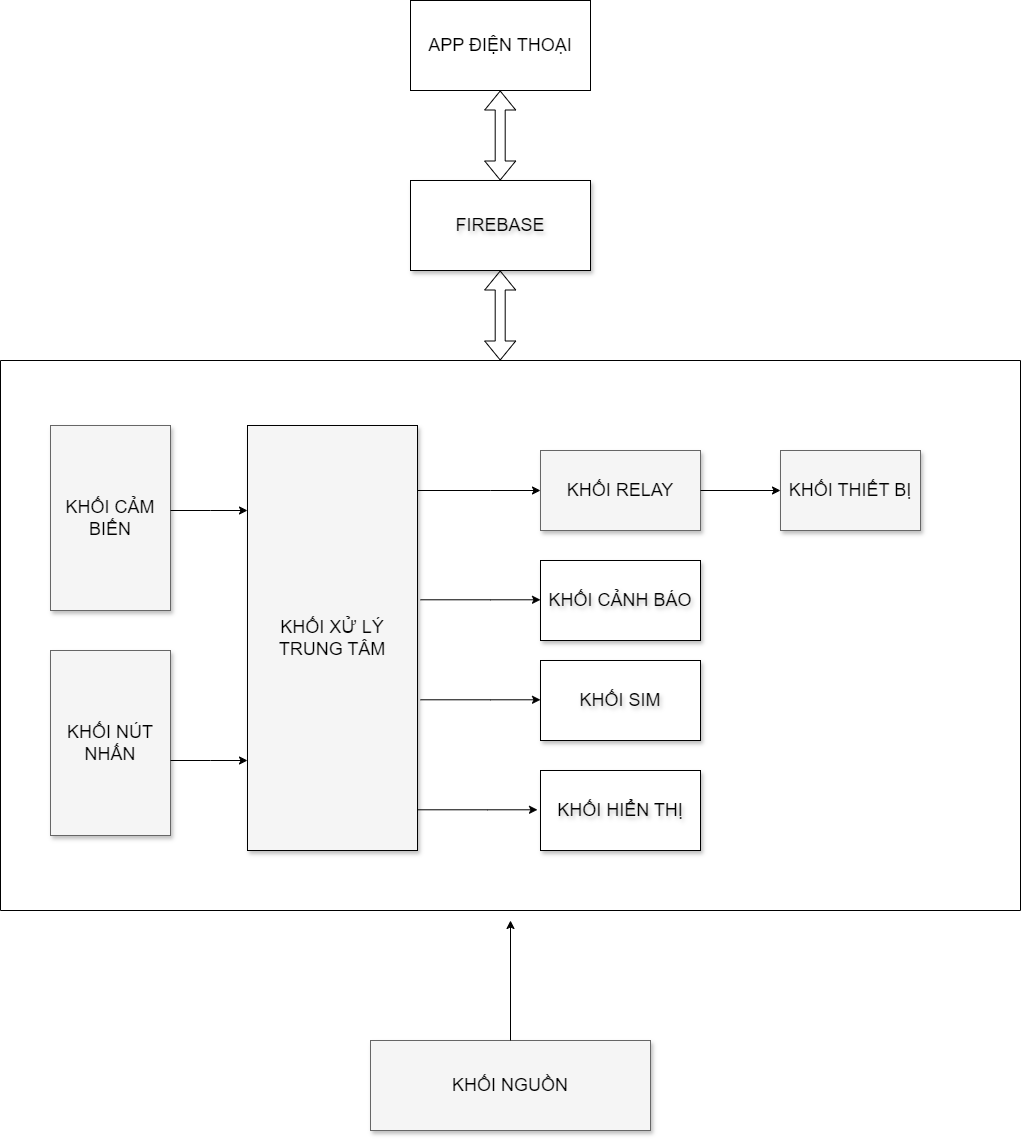
The draw.io diagram block_diagram/Block_Diagram.drawio.png in imvietp/Final_Thesis, before a commit. Source tidied: cells renumbered, new cells last; positions are measured from the earlier drawing's top-left corner, leaving out a move shared by most shapes.
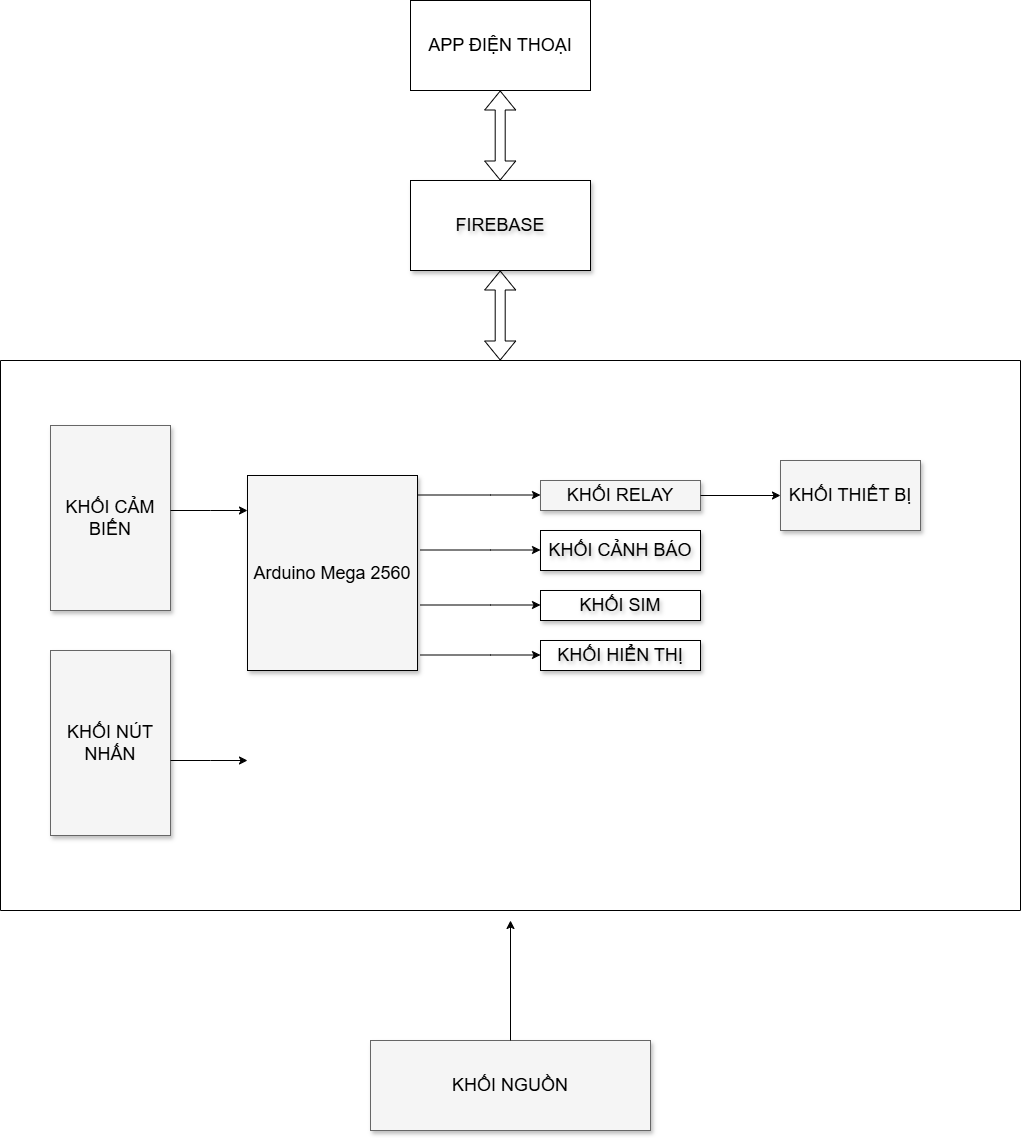
After the change.

Diff of the diagram source:
```diff
@@ -15,36 +15,38 @@
       <mxGeometry y="360" width="1020" height="550" as="geometry" />
     </mxCell>
     <mxCell id="6" value="KHỐI RELAY" style="whiteSpace=wrap;html=1;shadow=1;fontSize=18;fillColor=#f5f5f5;strokeColor=#666666;" parent="5" vertex="1">
-      <mxGeometry x="540" y="90" width="160" height="80" as="geometry" />
+      <mxGeometry x="540" y="120" width="160" height="30" as="geometry" />
     </mxCell>
     <mxCell id="7" value="KHỐI THIẾT BỊ" style="whiteSpace=wrap;html=1;shadow=1;fontSize=18;fillColor=#f5f5f5;strokeColor=#666666;" parent="5" vertex="1">
-      <mxGeometry x="780" y="90" width="140" height="80" as="geometry" />
+      <mxGeometry x="780" y="100" width="140" height="70" as="geometry" />
     </mxCell>
     <mxCell id="8" style="endArrow=classic;html=1;rounded=0;exitX=1;exitY=0.5;exitDx=0;exitDy=0;entryX=0;entryY=0.5;entryDx=0;entryDy=0;" parent="5" edge="1" source="6" target="7">
       <mxGeometry relative="1" as="geometry" />
     </mxCell>
     <mxCell id="9" value="&lt;font style=&quot;font-size: 18px;&quot;&gt;KHỐI CẢNH BÁO&lt;/font&gt;" style="rounded=0;whiteSpace=wrap;html=1;shadow=1;textShadow=1;strokeColor=default;" parent="5" vertex="1">
-      <mxGeometry x="540" y="200" width="160" height="80" as="geometry" />
+      <mxGeometry x="540" y="170" width="160" height="40" as="geometry" />
     </mxCell>
     <mxCell id="10" value="&lt;span style=&quot;font-size: 18px;&quot;&gt;KHỐI SIM&lt;/span&gt;" style="rounded=0;whiteSpace=wrap;html=1;shadow=1;textShadow=1;" parent="5" vertex="1">
-      <mxGeometry x="540" y="300" width="160" height="80" as="geometry" />
+      <mxGeometry x="540" y="230" width="160" height="30" as="geometry" />
     </mxCell>
     <mxCell id="11" style="edgeStyle=elbowEdgeStyle;rounded=0;html=1;startArrow=none;startFill=0;jettySize=auto;orthogonalLoop=1;fontSize=18;elbow=vertical;" parent="5" edge="1">
       <mxGeometry relative="1" as="geometry">
-        <mxPoint x="420" y="339.3" as="sourcePoint" />
-        <mxPoint x="540" y="339.3" as="targetPoint" />
+        <mxPoint x="420" y="244.5" as="sourcePoint" />
+        <mxPoint x="540" y="244.5" as="targetPoint" />
         <Array as="points">
-          <mxPoint x="490" y="339.3" />
+          <mxPoint x="490" y="244.5" />
         </Array>
       </mxGeometry>
     </mxCell>
-    <mxCell id="12" value="KHỐI XỬ LÝ TRUNG TÂM" style="whiteSpace=wrap;html=1;shadow=1;fontSize=18;fillColor=#f5f5f5;strokeColor=default;" parent="5" vertex="1">
-      <mxGeometry x="247" y="65" width="170" height="425" as="geometry" />
+    <mxCell id="12" value="Arduino Mega 2560" style="whiteSpace=wrap;html=1;shadow=1;fontSize=18;fillColor=#f5f5f5;strokeColor=default;" parent="5" vertex="1">
+      <mxGeometry x="247" y="115" width="170" height="195" as="geometry" />
     </mxCell>
-    <mxCell id="13" style="edgeStyle=elbowEdgeStyle;rounded=0;html=1;startArrow=none;startFill=0;jettySize=auto;fontSize=18;elbow=vertical;" parent="5" edge="1" source="12" target="6">
+    <mxCell id="13" style="edgeStyle=elbowEdgeStyle;rounded=0;html=1;startArrow=none;startFill=0;jettySize=auto;orthogonalLoop=1;fontSize=18;elbow=vertical;" parent="5" edge="1">
       <mxGeometry relative="1" as="geometry">
+        <mxPoint x="417" y="134.5" as="sourcePoint" />
+        <mxPoint x="540" y="134.5" as="targetPoint" />
         <Array as="points">
-          <mxPoint x="490" y="130" />
+          <mxPoint x="490" y="134.5" />
         </Array>
       </mxGeometry>
     </mxCell>
@@ -65,10 +67,10 @@
     </mxCell>
     <mxCell id="17" style="edgeStyle=elbowEdgeStyle;rounded=0;html=1;startArrow=none;startFill=0;jettySize=auto;orthogonalLoop=1;fontSize=18;elbow=vertical;" parent="5" edge="1">
       <mxGeometry relative="1" as="geometry">
-        <mxPoint x="420" y="239.3" as="sourcePoint" />
-        <mxPoint x="540" y="239.3" as="targetPoint" />
+        <mxPoint x="420" y="189.5" as="sourcePoint" />
+        <mxPoint x="540" y="189.5" as="targetPoint" />
         <Array as="points">
-          <mxPoint x="490" y="239.3" />
+          <mxPoint x="490" y="189.5" />
         </Array>
       </mxGeometry>
     </mxCell>
@@ -85,14 +87,14 @@
       </mxGeometry>
     </mxCell>
     <mxCell id="20" value="&lt;span style=&quot;font-size: 18px;&quot;&gt;KHỐI HIỂN THỊ&lt;/span&gt;" style="rounded=0;whiteSpace=wrap;html=1;shadow=1;textShadow=1;" parent="5" vertex="1">
-      <mxGeometry x="540" y="410" width="160" height="80" as="geometry" />
+      <mxGeometry x="540" y="280" width="160" height="30" as="geometry" />
     </mxCell>
     <mxCell id="21" style="edgeStyle=elbowEdgeStyle;rounded=0;html=1;startArrow=none;startFill=0;jettySize=auto;orthogonalLoop=1;fontSize=18;elbow=vertical;" parent="5" edge="1">
       <mxGeometry relative="1" as="geometry">
-        <mxPoint x="417" y="449.3" as="sourcePoint" />
-        <mxPoint x="537" y="449.3" as="targetPoint" />
+        <mxPoint x="420" y="294.5" as="sourcePoint" />
+        <mxPoint x="540" y="294.5" as="targetPoint" />
         <Array as="points">
-          <mxPoint x="487" y="449.3" />
+          <mxPoint x="490" y="294.5" />
         </Array>
       </mxGeometry>
     </mxCell>
```
